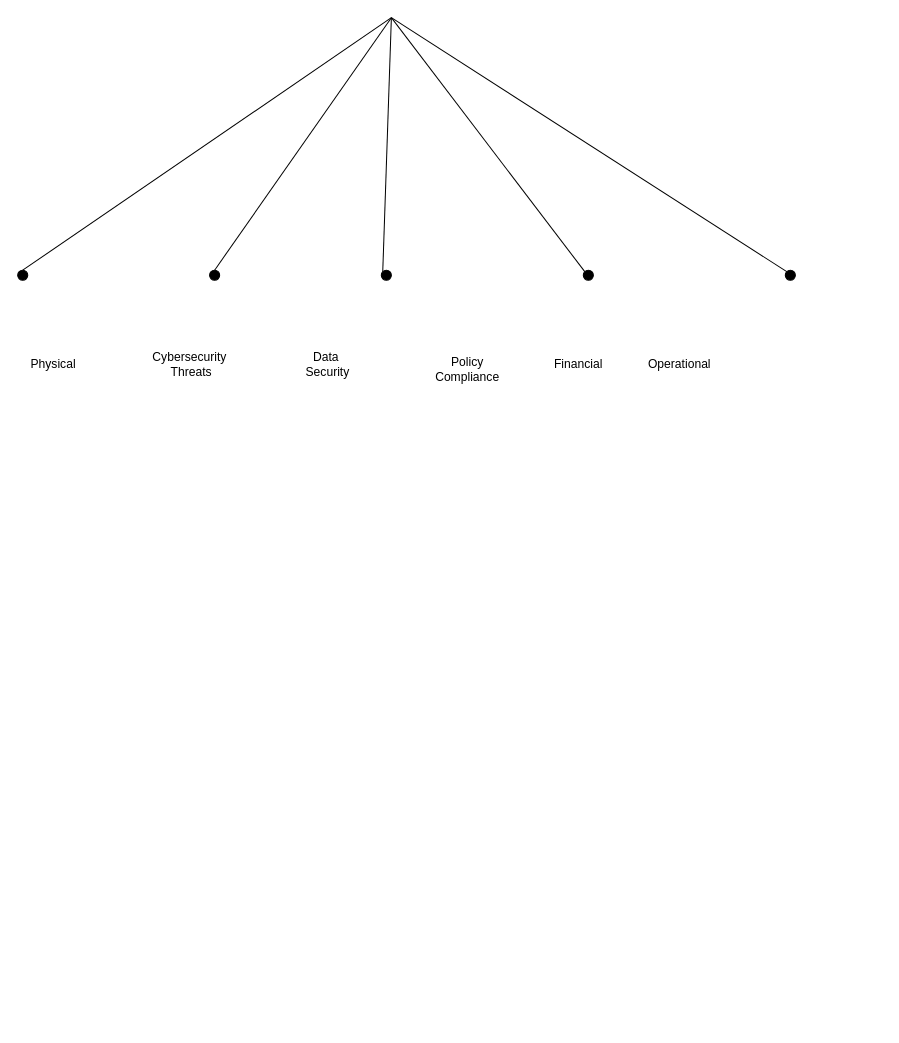
Above: Untitled Diagram.drawio in ZINGALOOME/SecEngineering (draw.io), before the change. Source tidied: cells renumbered, new cells numbered last; positions are measured from the earlier drawing's top-left corner, leaving out a move shared by most shapes. Both pictures are drawn from the tidied source at 101%, with x=0, y=0 at pixel (17, 17).
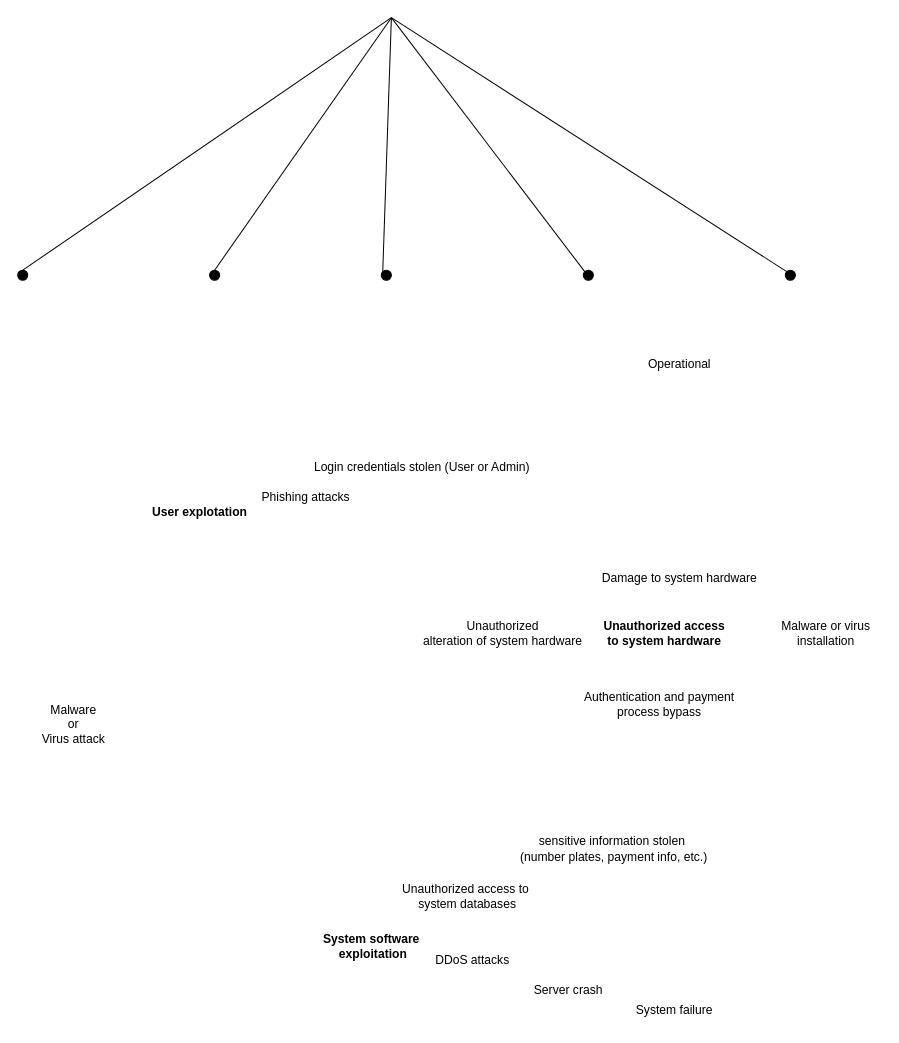
After the change.

The edit, as a diff of the source:
```diff
@@
-    <mxCell id="2" value="Physical" style="text;html=1;align=center;verticalAlign=middle;strokeColor=none;fillColor=none;" parent="1" vertex="1">
-      <mxGeometry y="328" width="70" height="30" as="geometry" />
-    </mxCell>
-    <mxCell id="3" value="Cybersecurity&lt;br&gt;&amp;nbsp;Threats" style="text;html=1;align=center;verticalAlign=middle;strokeColor=none;fillColor=none;" parent="1" vertex="1">
-      <mxGeometry x="120" y="323" width="100" height="40" as="geometry" />
+    <mxCell id="3" value="Damage to system hardware" style="text;html=1;align=center;verticalAlign=middle;strokeColor=none;fillColor=none;" parent="1" vertex="1">
+      <mxGeometry x="565" y="540" width="180" height="30" as="geometry" />
     </mxCell>
-    <mxCell id="4" value="Data&lt;br&gt;&amp;nbsp;Security" style="text;html=1;align=center;verticalAlign=middle;strokeColor=none;fillColor=none;" parent="1" vertex="1">
-      <mxGeometry x="270" y="323" width="70" height="40" as="geometry" />
+    <mxCell id="4" value="Unauthorized&lt;br&gt;alteration of system hardware" style="text;html=1;align=center;verticalAlign=middle;strokeColor=none;fillColor=none;" parent="1" vertex="1">
+      <mxGeometry x="390" y="590" width="180" height="40" as="geometry" />
     </mxCell>
-    <mxCell id="5" value="Policy&lt;br&gt;&amp;nbsp;Compliance&amp;nbsp;" style="text;html=1;align=center;verticalAlign=middle;strokeColor=none;fillColor=none;" parent="1" vertex="1">
-      <mxGeometry x="400" y="328" width="90" height="40" as="geometry" />
+    <mxCell id="5" value="Malware &lt;br&gt;or&lt;br&gt;&amp;nbsp;Virus attack&amp;nbsp;" style="text;html=1;align=center;verticalAlign=middle;strokeColor=none;fillColor=none;" parent="1" vertex="1">
+      <mxGeometry x="10" y="670" width="90" height="60" as="geometry" />
     </mxCell>
-    <mxCell id="6" value="Financial" style="text;html=1;align=center;verticalAlign=middle;strokeColor=none;fillColor=none;" parent="1" vertex="1">
-      <mxGeometry x="520" y="328" width="70" height="30" as="geometry" />
+    <mxCell id="6" value="&lt;b&gt;System software&lt;br&gt;&amp;nbsp;exploitation&lt;/b&gt;" style="text;html=1;align=center;verticalAlign=middle;strokeColor=none;fillColor=none;" parent="1" vertex="1">
+      <mxGeometry x="290" y="900" width="120" height="40" as="geometry" />
     </mxCell>
@@
+    <mxCell id="18" value="&lt;b&gt;Unauthorized access&lt;br&gt;to system hardware&lt;/b&gt;" style="text;html=1;align=center;verticalAlign=middle;strokeColor=none;fillColor=none;" parent="1" vertex="1">
+      <mxGeometry x="570" y="590" width="140" height="40" as="geometry" />
+    </mxCell>
+    <mxCell id="19" value="Unauthorized access to&amp;nbsp;&lt;br&gt;system databases" style="text;html=1;align=center;verticalAlign=middle;strokeColor=none;fillColor=none;" parent="1" vertex="1">
+      <mxGeometry x="370" y="850" width="150" height="40" as="geometry" />
+    </mxCell>
+    <mxCell id="20" value="Authentication and payment&lt;br&gt;process bypass" style="text;html=1;align=center;verticalAlign=middle;strokeColor=none;fillColor=none;" parent="1" vertex="1">
+      <mxGeometry x="550" y="660" width="170" height="40" as="geometry" />
+    </mxCell>
+    <mxCell id="21" value="Malware or virus&lt;br&gt;installation" style="text;html=1;align=center;verticalAlign=middle;strokeColor=none;fillColor=none;" parent="1" vertex="1">
+      <mxGeometry x="745" y="590" width="110" height="40" as="geometry" />
+    </mxCell>
+    <mxCell id="22" value="sensitive information stolen&amp;nbsp;&lt;br&gt;(number plates, payment info, etc.)" style="text;html=1;align=center;verticalAlign=middle;strokeColor=none;fillColor=none;" parent="1" vertex="1">
+      <mxGeometry x="485" y="803" width="210" height="40" as="geometry" />
+    </mxCell>
+    <mxCell id="23" value="DDoS attacks" style="text;html=1;align=center;verticalAlign=middle;strokeColor=none;fillColor=none;" parent="1" vertex="1">
+      <mxGeometry x="400" y="918" width="100" height="30" as="geometry" />
+    </mxCell>
+    <mxCell id="24" value="Server crash" style="text;html=1;align=center;verticalAlign=middle;strokeColor=none;fillColor=none;" parent="1" vertex="1">
+      <mxGeometry x="500" y="948" width="90" height="30" as="geometry" />
+    </mxCell>
+    <mxCell id="25" value="System failure" style="text;html=1;align=center;verticalAlign=middle;strokeColor=none;fillColor=none;" parent="1" vertex="1">
+      <mxGeometry x="600" y="968" width="100" height="30" as="geometry" />
+    </mxCell>
+    <mxCell id="26" value="&lt;b&gt;User explotation&lt;/b&gt;" style="text;html=1;align=center;verticalAlign=middle;strokeColor=none;fillColor=none;" parent="1" vertex="1">
+      <mxGeometry x="120" y="475" width="120" height="30" as="geometry" />
+    </mxCell>
+    <mxCell id="27" value="Phishing attacks" style="text;html=1;align=center;verticalAlign=middle;strokeColor=none;fillColor=none;" parent="1" vertex="1">
+      <mxGeometry x="230" y="460" width="110" height="30" as="geometry" />
+    </mxCell>
+    <mxCell id="28" value="Login credentials stolen (User or Admin)" style="text;html=1;align=center;verticalAlign=middle;strokeColor=none;fillColor=none;" parent="1" vertex="1">
+      <mxGeometry x="280" y="430" width="240" height="30" as="geometry" />
+    </mxCell>
```
